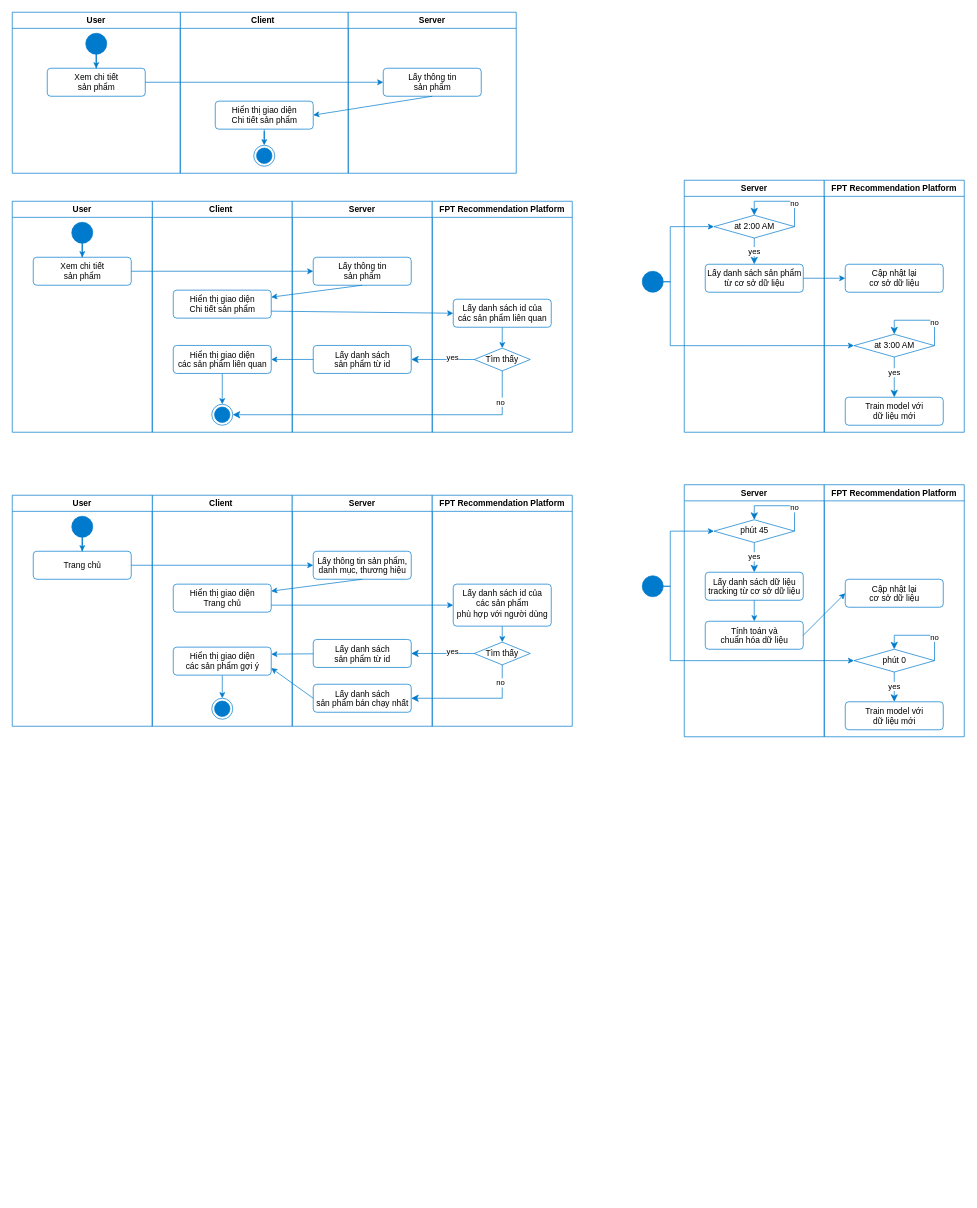
quockhanhtn/mern-ecommerce keeps this draw.io diagram as page "02_ViewProductDetail" (2 of 11) of docs/diagrams/ActivityDiagram.drawio. Above is the earlier version. Source tidied: cells renumbered, new cells numbered last; positions are measured from the earlier drawing's top-left corner, leaving out a move shared by most shapes. Both pictures are drawn from the tidied source at 70%, with x=0, y=0 at pixel (12, 12).
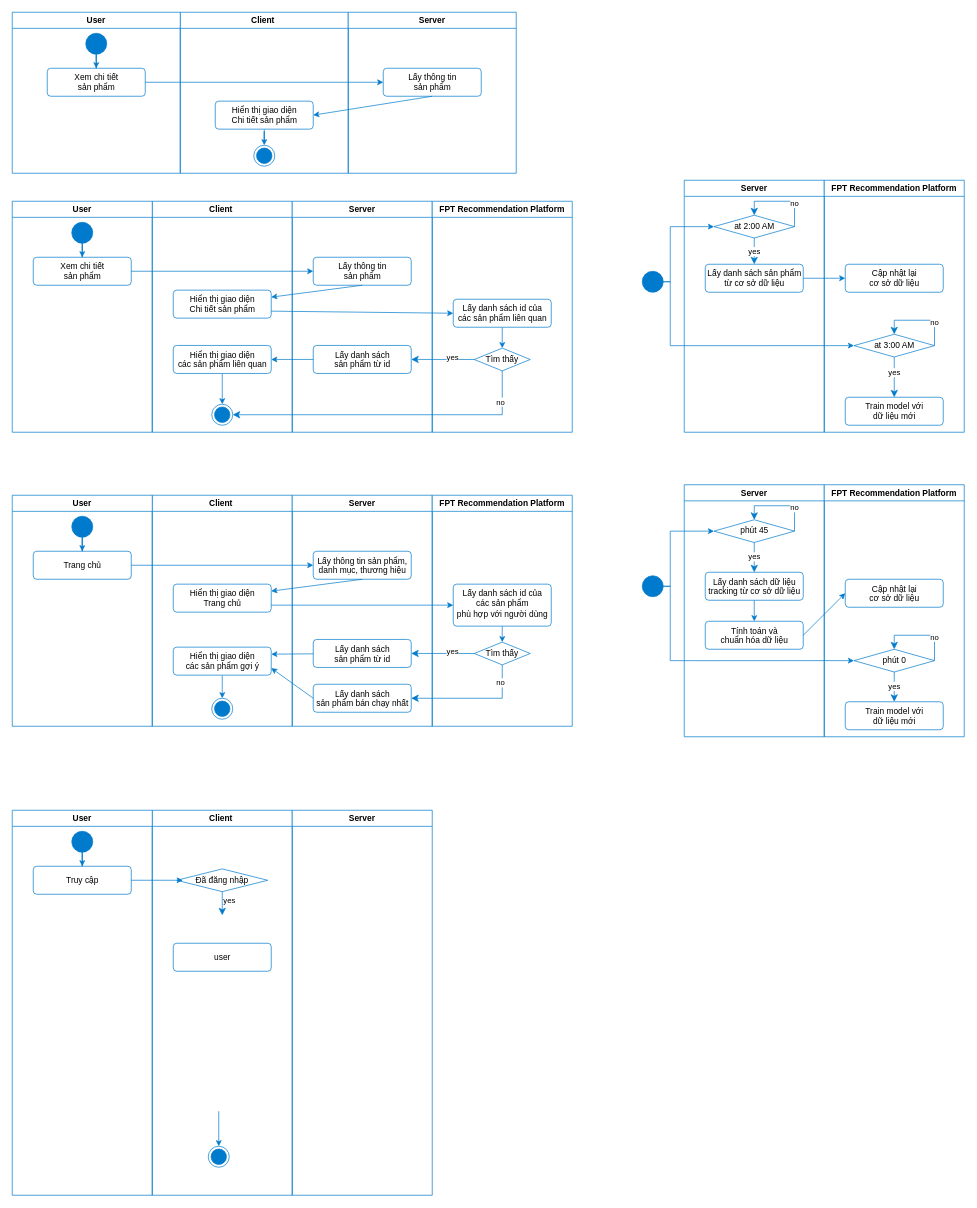
After the change.

Change to the diagram source:
```diff
@@
+    <mxCell id="96" style="edgeStyle=orthogonalEdgeStyle;rounded=0;orthogonalLoop=1;jettySize=auto;html=1;exitX=0.5;exitY=1;exitDx=0;exitDy=0;strokeColor=#007FFF;" parent="1" edge="1">
+      <mxGeometry relative="1" as="geometry">
+        <mxPoint x="360" y="1130" as="sourcePoint" />
+        <mxPoint x="360" y="1130" as="targetPoint" />
+      </mxGeometry>
+    </mxCell>
+    <mxCell id="97" value="Client " style="swimlane;strokeColor=#007ACC;" parent="1" vertex="1">
+      <mxGeometry x="200" y="1140" width="200" height="550" as="geometry" />
+    </mxCell>
+    <mxCell id="98" style="edgeStyle=orthogonalEdgeStyle;rounded=0;orthogonalLoop=1;jettySize=auto;html=1;exitX=0.5;exitY=1;exitDx=0;exitDy=0;strokeColor=#007FFF;" parent="97" edge="1">
+      <mxGeometry relative="1" as="geometry">
+        <mxPoint x="120" y="260" as="sourcePoint" />
+        <mxPoint x="120" y="260" as="targetPoint" />
+      </mxGeometry>
+    </mxCell>
+    <mxCell id="99" style="ellipse;html=1;shape=endState;fillColor=#007acc;strokeColor=#007ACC;" parent="97" vertex="1">
+      <mxGeometry x="80" y="480" width="30" height="30" as="geometry" />
+    </mxCell>
+    <mxCell id="100" style="edgeStyle=none;rounded=0;jettySize=auto;html=1;entryX=0.5;entryY=0;entryDx=0;entryDy=0;strokeColor=#007ACC;" parent="97" edge="1" target="99">
+      <mxGeometry relative="1" as="geometry">
+        <mxPoint x="95" y="430" as="sourcePoint" />
+      </mxGeometry>
+    </mxCell>
+    <mxCell id="101" value="Đã đăng nhập" style="rhombus;whiteSpace=wrap;html=1;strokeColor=#007ACC;" parent="97" vertex="1">
+      <mxGeometry x="35" y="83.8" width="130" height="32.5" as="geometry" />
+    </mxCell>
+    <mxCell id="102" value="user" style="html=1;align=center;verticalAlign=middle;rounded=1;absoluteArcSize=1;arcSize=10;dashed=0;strokeColor=#007ACC;" parent="97" vertex="1">
+      <mxGeometry x="30" y="190" width="140" height="40" as="geometry" />
+    </mxCell>
+    <mxCell id="103" value="Server" style="swimlane;startSize=23;strokeColor=#007ACC;" parent="1" vertex="1">
+      <mxGeometry x="400" y="1140" width="200" height="550" as="geometry" />
+    </mxCell>
+    <mxCell id="104" value="User" style="swimlane;strokeColor=#007ACC;" parent="1" vertex="1">
+      <mxGeometry y="1140" width="200" height="550" as="geometry" />
+    </mxCell>
+    <mxCell id="105" value="Truy cập" style="html=1;align=center;verticalAlign=middle;rounded=1;absoluteArcSize=1;arcSize=10;dashed=0;strokeColor=#007ACC;" parent="104" vertex="1">
+      <mxGeometry x="30" y="80" width="140" height="40" as="geometry" />
+    </mxCell>
+    <mxCell id="106" style="ellipse;fillColor=#007acc;strokeColor=#007ACC;" parent="104" vertex="1">
+      <mxGeometry x="85" y="30" width="30" height="30" as="geometry" />
+    </mxCell>
+    <mxCell id="107" style="edgeStyle=orthogonalEdgeStyle;rounded=0;jettySize=auto;html=1;exitX=0.5;exitY=1;exitDx=0;exitDy=0;strokeColor=#007ACC;" parent="104" edge="1" source="106" target="105">
+      <mxGeometry relative="1" as="geometry" />
+    </mxCell>
+    <mxCell id="108" value="yes" style="html=1;align=left;verticalAlign=top;endArrow=classic;endSize=8;strokeColor=#007ACC;rounded=0;endFill=1;" parent="1" edge="1" source="101">
+      <mxGeometry x="-1" relative="1" as="geometry">
+        <mxPoint x="300" y="1290" as="targetPoint" />
+      </mxGeometry>
+    </mxCell>
+    <mxCell id="109" style="edgeStyle=orthogonalEdgeStyle;rounded=0;jettySize=auto;html=1;strokeColor=#007ACC;entryX=0.066;entryY=0.5;entryDx=0;entryDy=0;entryPerimeter=0;" parent="1" edge="1" source="105" target="101">
+      <mxGeometry relative="1" as="geometry" />
+    </mxCell>
```
